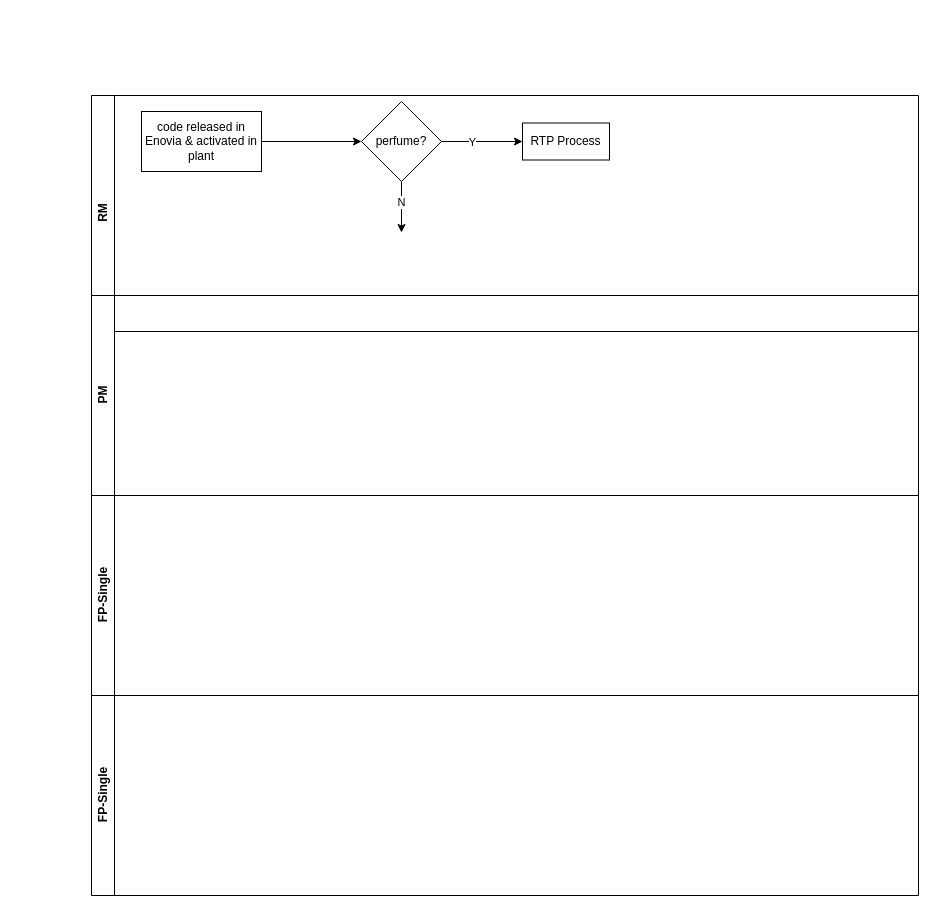
cuimaple/drawio-files keeps this draw.io diagram as page "SNO MD Process" (1 of 3) of IOL WorkProcess.drawio. Above is the earlier version. Source tidied: cells renumbered, new cells numbered last; positions are measured from the earlier drawing's top-left corner, leaving out a move shared by most shapes. Both pictures are drawn from the tidied source at 100%, with x=0, y=0 at pixel (91, 95).
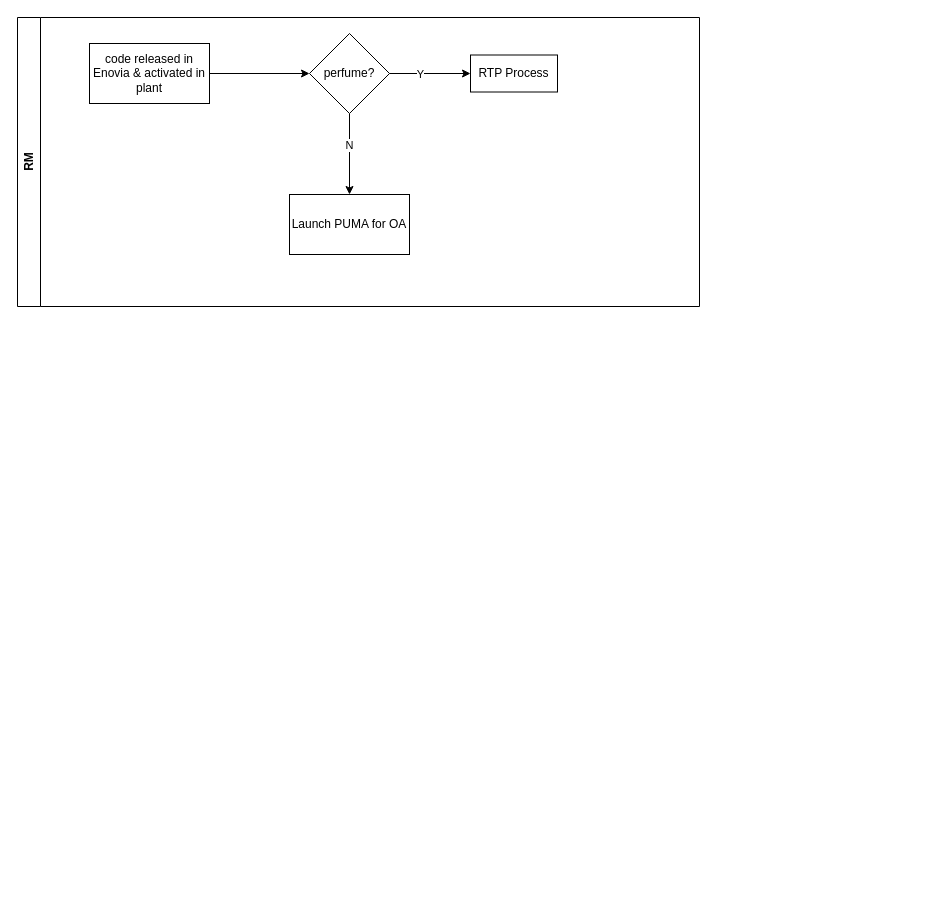
The same diagram, later.

The edit, as a diff of the source:
```diff
@@
 <mxGraphModel>
   <root>
     <mxCell id="0" />
     <mxCell id="1" parent="0" />
-    <mxCell id="2" style="group;" parent="1" vertex="1">
-      <mxGeometry width="827" height="800" as="geometry" />
-    </mxCell>
-    <mxCell id="3" value="RM" style="swimlane;horizontal=0;whiteSpace=wrap;html=1;" parent="2" vertex="1">
-      <mxGeometry width="827" height="236" as="geometry" />
+    <mxCell id="3" value="RM" style="swimlane;horizontal=0;whiteSpace=wrap;html=1;" parent="1" vertex="1">
+      <mxGeometry x="-74" y="-78" width="682" height="289" as="geometry" />
     </mxCell>
+    <mxCell id="5" value="code released in Enovia &amp;amp; activated in plant" style="rounded=0;whiteSpace=wrap;html=1;" parent="3" vertex="1">
+      <mxGeometry x="72" y="26" width="120" height="60" as="geometry" />
+    </mxCell>
+    <mxCell id="15" style="edgeStyle=orthogonalEdgeStyle;rounded=0;jettySize=auto;html=1;entryX=0.5;entryY=0;entryDx=0;entryDy=0;" parent="3" edge="1" source="10" target="16">
+      <mxGeometry relative="1" as="geometry" />
+    </mxCell>
+    <mxCell id="9" value="N" style="edgeLabel;html=1;align=center;verticalAlign=middle;" parent="15" vertex="1">
+      <mxGeometry x="-0.23" y="-1" relative="1" as="geometry" />
+    </mxCell>
+    <mxCell id="10" value="perfume?" style="rhombus;whiteSpace=wrap;html=1;rounded=0;" parent="3" vertex="1">
+      <mxGeometry x="292" y="16" width="80" height="80" as="geometry" />
+    </mxCell>
     <mxCell id="4" style="edgeStyle=orthogonalEdgeStyle;rounded=0;jettySize=auto;html=1;" parent="3" edge="1" source="5" target="10">
       <mxGeometry relative="1" as="geometry" />
     </mxCell>
-    <mxCell id="5" value="code released in Enovia &amp;amp; activated in plant" style="rounded=0;whiteSpace=wrap;html=1;" parent="3" vertex="1">
-      <mxGeometry x="50" y="16" width="120" height="60" as="geometry" />
-    </mxCell>
+    <mxCell id="11" value="RTP Process" style="whiteSpace=wrap;html=1;rounded=0;" parent="3" vertex="1">
+      <mxGeometry x="453" y="37.5" width="87" height="37" as="geometry" />
+    </mxCell>
     <mxCell id="6" style="edgeStyle=orthogonalEdgeStyle;rounded=0;jettySize=auto;html=1;" parent="3" edge="1" source="10" target="11">
       <mxGeometry relative="1" as="geometry" />
     </mxCell>
     <mxCell id="7" value="Y" style="edgeLabel;html=1;align=center;verticalAlign=middle;" parent="6" vertex="1">
       <mxGeometry x="-0.25" relative="1" as="geometry" />
     </mxCell>
-    <mxCell id="8" style="edgeStyle=orthogonalEdgeStyle;rounded=0;jettySize=auto;html=1;" parent="3" edge="1" source="10">
-      <mxGeometry relative="1" as="geometry">
-        <mxPoint x="310" y="137" as="targetPoint" />
-      </mxGeometry>
-    </mxCell>
-    <mxCell id="9" value="N" style="edgeLabel;html=1;align=center;verticalAlign=middle;" parent="8" vertex="1">
-      <mxGeometry x="-0.23" y="-1" relative="1" as="geometry" />
-    </mxCell>
-    <mxCell id="10" value="perfume?" style="rhombus;whiteSpace=wrap;html=1;rounded=0;" parent="3" vertex="1">
-      <mxGeometry x="270" y="6" width="80" height="80" as="geometry" />
-    </mxCell>
-    <mxCell id="11" value="RTP Process" style="whiteSpace=wrap;html=1;rounded=0;" parent="3" vertex="1">
-      <mxGeometry x="431" y="27.5" width="87" height="37" as="geometry" />
-    </mxCell>
-    <mxCell id="12" value="PM" style="swimlane;horizontal=0;whiteSpace=wrap;html=1;" parent="2" vertex="1">
-      <mxGeometry y="200" width="827" height="200" as="geometry" />
-    </mxCell>
-    <mxCell id="13" value="FP-Single" style="swimlane;horizontal=0;whiteSpace=wrap;html=1;startSize=23;" parent="2" vertex="1">
-      <mxGeometry y="400" width="827" height="200" as="geometry" />
-    </mxCell>
-    <mxCell id="14" value="FP-Single" style="swimlane;horizontal=0;whiteSpace=wrap;html=1;startSize=23;" parent="2" vertex="1">
-      <mxGeometry y="600" width="827" height="200" as="geometry" />
-    </mxCell>
+    <mxCell id="16" value="Launch PUMA for OA" style="rounded=0;whiteSpace=wrap;html=1;" parent="3" vertex="1">
+      <mxGeometry x="272" y="177" width="120" height="60" as="geometry" />
+    </mxCell>
   </root>
 </mxGraphModel>
```
